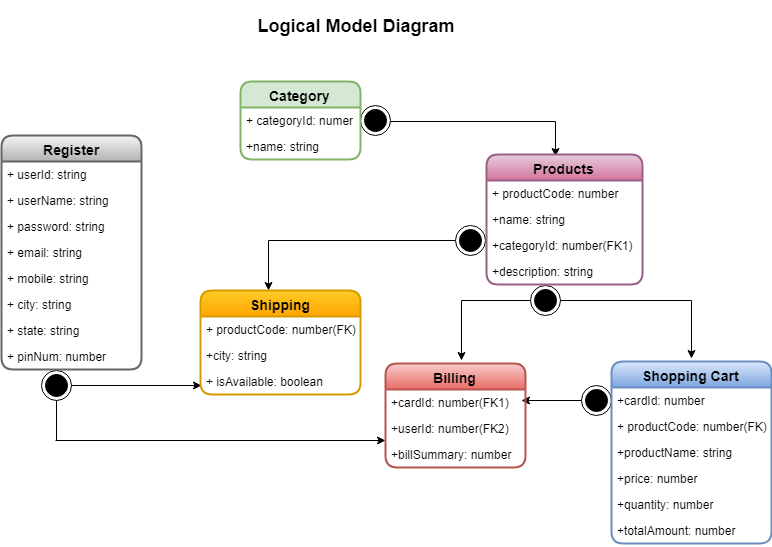
VijayProjects/UIProjects keeps this draw.io diagram as I-shop Project/LogicalModel.png. Above is the earlier version. Source tidied: cells renumbered, new cells last; positions are measured from the earlier drawing's top-left corner, leaving out a move shared by most shapes.
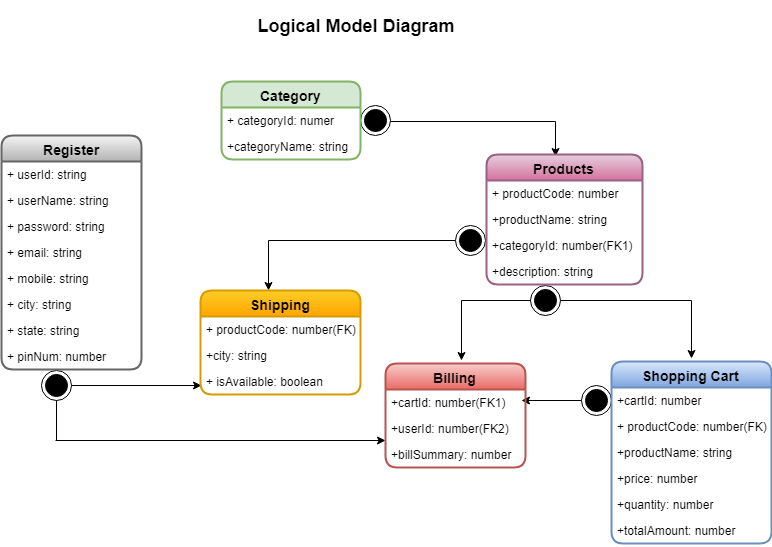
Above is the later version.

Diff of the diagram source:
```diff
@@ -80,13 +80,13 @@
       </mxGeometry>
     </mxCell>
     <mxCell id="19" value="&lt;b&gt;&lt;font style=&quot;font-size: 14px&quot;&gt;Category&lt;/font&gt;&lt;/b&gt;" style="swimlane;fontStyle=0;horizontal=1;startSize=26;fillColor=#d5e8d4;rounded=1;shadow=0;glass=0;comic=0;strokeColor=#82b366;strokeWidth=2;align=center;html=1;gradientColor=none;" parent="1" vertex="1">
-      <mxGeometry x="239" y="81" width="120" height="78" as="geometry" />
+      <mxGeometry x="220" y="81" width="139" height="78" as="geometry" />
     </mxCell>
     <mxCell id="20" value="+ categoryId: numer" style="text;strokeColor=none;fillColor=none;align=left;verticalAlign=top;spacingLeft=4;spacingRight=4;overflow=hidden;" parent="19" vertex="1">
-      <mxGeometry y="26" width="120" height="26" as="geometry" />
+      <mxGeometry y="26" width="139" height="26" as="geometry" />
     </mxCell>
-    <mxCell id="21" value="+name: string " style="text;strokeColor=none;fillColor=none;align=left;verticalAlign=top;spacingLeft=4;spacingRight=4;overflow=hidden;" parent="19" vertex="1">
-      <mxGeometry y="52" width="120" height="26" as="geometry" />
+    <mxCell id="21" value="+categoryName: string " style="text;strokeColor=none;fillColor=none;align=left;verticalAlign=top;spacingLeft=4;spacingRight=4;overflow=hidden;" parent="19" vertex="1">
+      <mxGeometry y="52" width="139" height="26" as="geometry" />
     </mxCell>
     <mxCell id="22" value="&lt;h3&gt;&lt;b&gt;Register&lt;/b&gt;&lt;/h3&gt;" style="swimlane;fontStyle=0;horizontal=1;startSize=26;fillColor=#f5f5f5;rounded=1;shadow=0;glass=0;comic=0;strokeColor=#666666;strokeWidth=2;align=center;html=1;gradientColor=#b3b3b3;" parent="1" vertex="1">
       <mxGeometry y="135" width="140" height="234" as="geometry" />
@@ -130,7 +130,7 @@
     <mxCell id="35" value="&lt;h3&gt;Billing&lt;/h3&gt;" style="swimlane;fontStyle=0;horizontal=1;startSize=26;fillColor=#f8cecc;rounded=1;shadow=0;glass=0;comic=0;strokeColor=#b85450;strokeWidth=2;align=center;html=1;gradientColor=#ea6b66;" parent="1" vertex="1">
       <mxGeometry x="384" y="363" width="140" height="104" as="geometry" />
     </mxCell>
-    <mxCell id="36" value="+cardId: number(FK1)" style="text;strokeColor=none;fillColor=none;align=left;verticalAlign=top;spacingLeft=4;spacingRight=4;overflow=hidden;" parent="35" vertex="1">
+    <mxCell id="36" value="+cartId: number(FK1)" style="text;strokeColor=none;fillColor=none;align=left;verticalAlign=top;spacingLeft=4;spacingRight=4;overflow=hidden;" parent="35" vertex="1">
       <mxGeometry y="26" width="140" height="26" as="geometry" />
     </mxCell>
     <mxCell id="37" value="+userId: number(FK2)" style="text;strokeColor=none;fillColor=none;align=left;verticalAlign=top;spacingLeft=4;spacingRight=4;overflow=hidden;" parent="35" vertex="1">
@@ -145,7 +145,7 @@
     <mxCell id="40" value="+ productCode: number" style="text;strokeColor=none;fillColor=none;align=left;verticalAlign=top;spacingLeft=4;spacingRight=4;overflow=hidden;" parent="39" vertex="1">
       <mxGeometry y="26" width="156" height="26" as="geometry" />
     </mxCell>
-    <mxCell id="41" value="+name: string" style="text;strokeColor=none;fillColor=none;align=left;verticalAlign=top;spacingLeft=4;spacingRight=4;overflow=hidden;" parent="39" vertex="1">
+    <mxCell id="41" value="+productName: string" style="text;strokeColor=none;fillColor=none;align=left;verticalAlign=top;spacingLeft=4;spacingRight=4;overflow=hidden;" parent="39" vertex="1">
       <mxGeometry y="52" width="156" height="26" as="geometry" />
     </mxCell>
     <mxCell id="42" value="+categoryId: number(FK1)" style="text;strokeColor=none;fillColor=none;align=left;verticalAlign=top;spacingLeft=4;spacingRight=4;overflow=hidden;" parent="39" vertex="1">
@@ -157,7 +157,7 @@
     <mxCell id="44" value="&lt;h3&gt;Shopping Cart&lt;/h3&gt;" style="swimlane;fontStyle=0;horizontal=1;startSize=26;fillColor=#dae8fc;rounded=1;shadow=0;glass=0;comic=0;strokeColor=#6c8ebf;strokeWidth=2;align=center;html=1;gradientColor=#7ea6e0;" parent="1" vertex="1">
       <mxGeometry x="610" y="361" width="160" height="182" as="geometry" />
     </mxCell>
-    <mxCell id="45" value="+cardId: number" style="text;strokeColor=none;fillColor=none;align=left;verticalAlign=top;spacingLeft=4;spacingRight=4;overflow=hidden;" parent="44" vertex="1">
+    <mxCell id="45" value="+cartId: number" style="text;strokeColor=none;fillColor=none;align=left;verticalAlign=top;spacingLeft=4;spacingRight=4;overflow=hidden;" parent="44" vertex="1">
       <mxGeometry y="26" width="160" height="26" as="geometry" />
     </mxCell>
     <mxCell id="46" value="+ productCode: number(FK)" style="text;strokeColor=none;fillColor=none;align=left;verticalAlign=top;spacingLeft=4;spacingRight=4;overflow=hidden;" parent="44" vertex="1">
```
